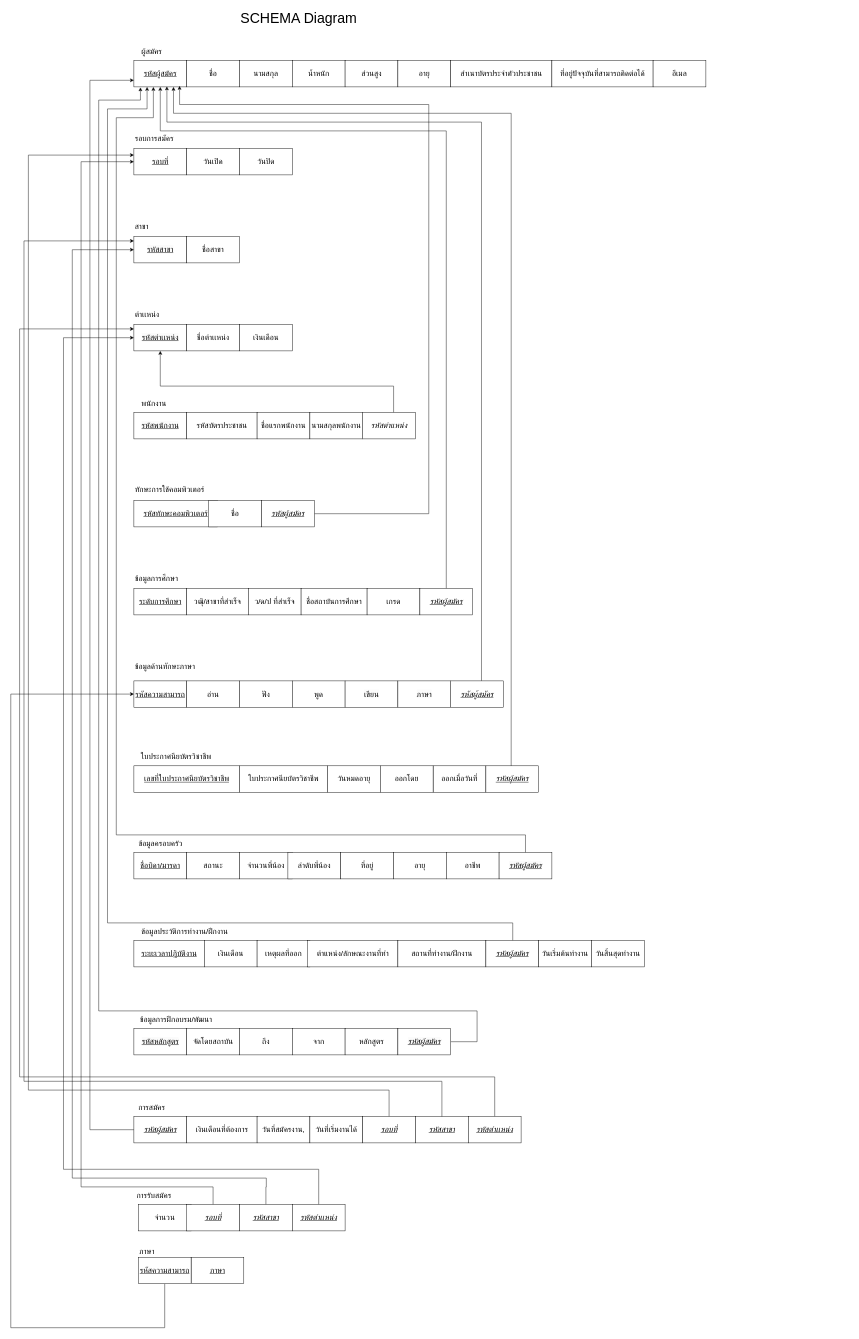
This is page "Page-6" (6 of 6) of YZ.drawio from Exises/RandomSalt, a draw.io file, before an edit. Source tidied: cells renumbered, new cells numbered last; positions are measured from the earlier drawing's top-left corner, leaving out a move shared by most shapes. Both pictures are drawn from the tidied source at 44%, with x=0, y=0 at pixel (11, 7).
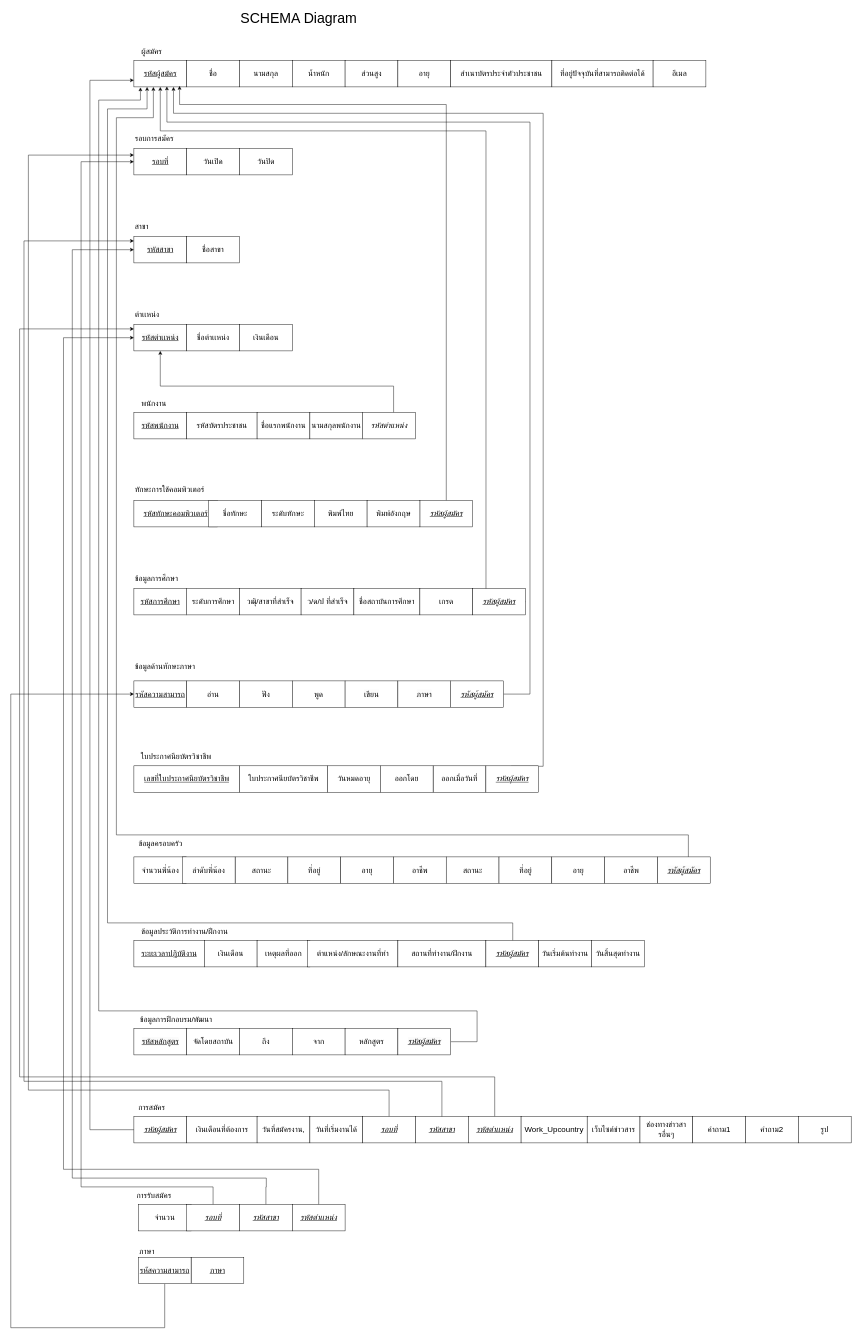
After the change.

Unchanged cells that the change refers to:
```xml
<mxCell id="5" value="&lt;u style=&quot;color: light-dark(rgb(0, 0, 0), rgb(255, 255, 255)); font-size: 18px; text-align: left; text-wrap-mode: nowrap; background-color: transparent;&quot;&gt;รหัสผู้สมัคร&lt;/u&gt;" style="rounded=0;whiteSpace=wrap;html=1;" parent="1" vertex="1">
  <mxGeometry x="279.8" y="120" width="120" height="60" as="geometry" />
</mxCell>
<mxCell id="49" value="&lt;span style=&quot;color: light-dark(rgb(0, 0, 0), rgb(255, 255, 255)); text-align: left; text-wrap-mode: nowrap; background-color: transparent; font-size: 18px;&quot;&gt;&lt;i&gt;&lt;u&gt;รหัสผู้สมัคร&lt;/u&gt;&lt;/i&gt;&lt;/span&gt;" style="rounded=0;whiteSpace=wrap;html=1;" parent="1" vertex="1">
  <mxGeometry x="999.8" y="1530" width="120" height="60" as="geometry" />
</mxCell>
<mxCell id="57" value="&lt;i style=&quot;text-align: left; text-wrap-mode: nowrap; font-size: 18px;&quot;&gt;&lt;u&gt;รหัสผู้สมัคร&lt;/u&gt;&lt;/i&gt;" style="rounded=0;whiteSpace=wrap;html=1;" parent="1" vertex="1">
  <mxGeometry x="1079.8" y="1723" width="120" height="60" as="geometry" />
</mxCell>
```

What changed in the source:
```diff
@@
-    <mxCell id="33" value="&lt;span style=&quot;font-size: 18px; text-align: left; text-wrap-mode: nowrap;&quot;&gt;ชื่อ&lt;/span&gt;" style="rounded=0;whiteSpace=wrap;html=1;" parent="1" vertex="1">
+    <mxCell id="33" value="&lt;span style=&quot;font-size: 18px;&quot;&gt;ชื่อ&lt;/span&gt;&lt;span style=&quot;color: light-dark(rgb(0, 0, 0), rgb(237, 237, 237)); font-size: 18px; text-align: left; text-wrap-mode: nowrap; background-color: transparent;&quot;&gt;ทักษะ&lt;/span&gt;" style="rounded=0;whiteSpace=wrap;html=1;" parent="1" vertex="1">
       <mxGeometry x="450" y="1120" width="120" height="60" as="geometry" />
     </mxCell>
@@
-    <mxCell id="35" value="&lt;u style=&quot;font-size: 18px; text-align: left; text-wrap-mode: nowrap;&quot;&gt;ระดับการศึกษา&lt;/u&gt;" style="rounded=0;whiteSpace=wrap;html=1;" parent="1" vertex="1">
-      <mxGeometry x="279.8" y="1320" width="120" height="60" as="geometry" />
+    <mxCell id="35" value="&lt;span style=&quot;font-size: 18px; text-align: left; text-wrap-mode: nowrap;&quot;&gt;ระดับการศึกษา&lt;/span&gt;" style="rounded=0;whiteSpace=wrap;html=1;" parent="1" vertex="1">
+      <mxGeometry x="399.8" y="1320" width="120" height="60" as="geometry" />
     </mxCell>
     <mxCell id="36" value="&lt;span style=&quot;font-size: 18px; text-align: left; text-wrap-mode: nowrap;&quot;&gt;วฒุิ/สาขาที่สำเร็จ&lt;/span&gt;" style="rounded=0;whiteSpace=wrap;html=1;" parent="1" vertex="1">
-      <mxGeometry x="399.8" y="1320" width="140" height="60" as="geometry" />
+      <mxGeometry x="519.8" y="1320" width="140" height="60" as="geometry" />
     </mxCell>
     <mxCell id="37" value="&lt;span style=&quot;font-size: 18px; text-align: left; text-wrap-mode: nowrap;&quot;&gt;ว/ด/ป ที่สำเร็จ&lt;/span&gt;" style="rounded=0;whiteSpace=wrap;html=1;" parent="1" vertex="1">
-      <mxGeometry x="539.8" y="1320" width="120" height="60" as="geometry" />
+      <mxGeometry x="659.8" y="1320" width="120" height="60" as="geometry" />
     </mxCell>
     <mxCell id="38" value="&lt;span style=&quot;font-size: 18px; text-align: left; text-wrap-mode: nowrap;&quot;&gt;ชื่อสถาบันการศึกษา&lt;/span&gt;" style="rounded=0;whiteSpace=wrap;html=1;" parent="1" vertex="1">
-      <mxGeometry x="659.8" y="1320" width="150" height="60" as="geometry" />
+      <mxGeometry x="779.8" y="1320" width="150" height="60" as="geometry" />
     </mxCell>
     <mxCell id="39" value="&lt;span style=&quot;font-size: 18px; text-align: left; text-wrap-mode: nowrap;&quot;&gt;เกรด&lt;/span&gt;" style="rounded=0;whiteSpace=wrap;html=1;" parent="1" vertex="1">
-      <mxGeometry x="809.8" y="1320" width="120" height="60" as="geometry" />
+      <mxGeometry x="929.8" y="1320" width="120" height="60" as="geometry" />
     </mxCell>
-    <mxCell id="40" style="edgeStyle=orthogonalEdgeStyle;rounded=0;jettySize=auto;html=1;exitX=0.5;exitY=0;exitDx=0;exitDy=0;entryX=0.5;entryY=1;entryDx=0;entryDy=0;" parent="1" edge="1" source="41" target="5">
+    <mxCell id="40" style="edgeStyle=orthogonalEdgeStyle;rounded=0;jettySize=auto;html=1;exitX=1;exitY=0.5;exitDx=0;exitDy=0;entryX=0.5;entryY=1;entryDx=0;entryDy=0;" parent="1" edge="1" source="41" target="5">
       <mxGeometry relative="1" as="geometry">
         <Array as="points">
-          <mxPoint x="989.8" y="280" />
-          <mxPoint x="339.8" y="280" />
+          <mxPoint x="1080" y="1350" />
+          <mxPoint x="1080" y="280" />
+          <mxPoint x="340" y="280" />
         </Array>
       </mxGeometry>
     </mxCell>
     <mxCell id="41" value="&lt;i style=&quot;font-size: 18px;&quot;&gt;&lt;u&gt;รหัสผู้สมัคร&lt;/u&gt;&lt;/i&gt;" style="rounded=0;whiteSpace=wrap;html=1;" parent="1" vertex="1">
-      <mxGeometry x="929.8" y="1320" width="120" height="60" as="geometry" />
+      <mxGeometry x="1049.8" y="1320" width="120" height="60" as="geometry" />
     </mxCell>
@@
     <mxCell id="48" style="edgeStyle=orthogonalEdgeStyle;rounded=0;jettySize=auto;html=1;entryX=0.625;entryY=0.983;entryDx=0;entryDy=0;entryPerimeter=0;" parent="1" edge="1" source="49" target="5">
       <mxGeometry relative="1" as="geometry">
         <Array as="points">
-          <mxPoint x="1069.8" y="1560" />
-          <mxPoint x="1069.8" y="260" />
-          <mxPoint x="354.8" y="260" />
+          <mxPoint x="1180" y="1560" />
+          <mxPoint x="1180" y="260" />
+          <mxPoint x="355" y="260" />
         </Array>
       </mxGeometry>
     </mxCell>
@@
     <mxCell id="56" style="edgeStyle=orthogonalEdgeStyle;rounded=0;jettySize=auto;html=1;exitX=0.479;exitY=0.018;exitDx=0;exitDy=0;exitPerimeter=0;" parent="1" edge="1" source="57">
       <mxGeometry relative="1" as="geometry">
         <mxPoint x="369.8" y="180" as="targetPoint" />
         <Array as="points">
-          <mxPoint x="1136.8" y="240" />
-          <mxPoint x="369.8" y="240" />
+          <mxPoint x="1210" y="1724" />
+          <mxPoint x="1210" y="240" />
+          <mxPoint x="370" y="240" />
         </Array>
       </mxGeometry>
     </mxCell>
@@
-    <mxCell id="59" value="&lt;u&gt;&lt;font style=&quot;font-size: 18px;&quot;&gt;ชื่อบิดา/มารดา&lt;/font&gt;&lt;/u&gt;" style="rounded=0;whiteSpace=wrap;html=1;" parent="1" vertex="1">
-      <mxGeometry x="279.8" y="1920" width="120" height="60" as="geometry" />
-    </mxCell>
     <mxCell id="60" value="&lt;span style=&quot;font-size: 18px;&quot;&gt;สถานะ&lt;/span&gt;" style="rounded=0;whiteSpace=wrap;html=1;" parent="1" vertex="1">
-      <mxGeometry x="399.8" y="1920" width="120" height="60" as="geometry" />
+      <mxGeometry x="509.8" y="1930" width="120" height="60" as="geometry" />
     </mxCell>
     <mxCell id="61" value="&lt;span style=&quot;font-size: 18px; text-align: left; text-wrap-mode: nowrap;&quot;&gt;จำนวนพี่น้อง&lt;/span&gt;" style="rounded=0;whiteSpace=wrap;html=1;" parent="1" vertex="1">
-      <mxGeometry x="519.8" y="1920" width="120" height="60" as="geometry" />
+      <mxGeometry x="279.8" y="1930" width="120" height="60" as="geometry" />
     </mxCell>
     <mxCell id="62" value="&lt;span style=&quot;font-size: 18px; text-align: left; text-wrap-mode: nowrap;&quot;&gt;ลำดับพี่น้อง&lt;/span&gt;" style="rounded=0;whiteSpace=wrap;html=1;" parent="1" vertex="1">
-      <mxGeometry x="629.8" y="1920" width="120" height="60" as="geometry" />
+      <mxGeometry x="389.8" y="1930" width="120" height="60" as="geometry" />
     </mxCell>
     <mxCell id="63" value="&lt;span style=&quot;font-size: 18px; text-align: left; text-wrap-mode: nowrap;&quot;&gt;ที่อยู่&lt;/span&gt;" style="rounded=0;whiteSpace=wrap;html=1;" parent="1" vertex="1">
-      <mxGeometry x="749.8" y="1920" width="120" height="60" as="geometry" />
+      <mxGeometry x="629.8" y="1930" width="120" height="60" as="geometry" />
     </mxCell>
     <mxCell id="64" value="&lt;span style=&quot;font-size: 18px; text-align: left; text-wrap-mode: nowrap;&quot;&gt;อายุ&lt;/span&gt;" style="rounded=0;whiteSpace=wrap;html=1;" parent="1" vertex="1">
-      <mxGeometry x="869.8" y="1920" width="120" height="60" as="geometry" />
+      <mxGeometry x="749.8" y="1930" width="120" height="60" as="geometry" />
     </mxCell>
     <mxCell id="65" value="&lt;span style=&quot;font-size: 18px; text-align: left; text-wrap-mode: nowrap;&quot;&gt;อาชีพ&lt;/span&gt;" style="rounded=0;whiteSpace=wrap;html=1;" parent="1" vertex="1">
-      <mxGeometry x="989.8" y="1920" width="120" height="60" as="geometry" />
+      <mxGeometry x="869.8" y="1930" width="120" height="60" as="geometry" />
     </mxCell>
     <mxCell id="66" style="edgeStyle=orthogonalEdgeStyle;rounded=0;jettySize=auto;html=1;entryX=0.369;entryY=1.003;entryDx=0;entryDy=0;entryPerimeter=0;" parent="1" edge="1" source="67" target="5">
       <mxGeometry relative="1" as="geometry">
         <Array as="points">
-          <mxPoint x="1169.8" y="1880" />
-          <mxPoint x="239.8" y="1880" />
-          <mxPoint x="239.8" y="250" />
-          <mxPoint x="323.8" y="250" />
+          <mxPoint x="1540" y="1880" />
+          <mxPoint x="240" y="1880" />
+          <mxPoint x="240" y="250" />
+          <mxPoint x="324" y="250" />
         </Array>
       </mxGeometry>
     </mxCell>
     <mxCell id="67" value="&lt;i style=&quot;color: rgb(0, 0, 0); text-align: left; text-wrap-mode: nowrap; background-color: rgb(251, 251, 251); font-size: 18px;&quot;&gt;&lt;u&gt;รหัสผู้สมัคร&lt;/u&gt;&lt;/i&gt;" style="rounded=0;whiteSpace=wrap;html=1;" parent="1" vertex="1">
-      <mxGeometry x="1109.8" y="1920" width="120" height="60" as="geometry" />
+      <mxGeometry x="1469.6" y="1930" width="120" height="60" as="geometry" />
     </mxCell>
@@
     <mxCell id="106" style="edgeStyle=orthogonalEdgeStyle;rounded=0;jettySize=auto;html=1;entryX=0.865;entryY=0.963;entryDx=0;entryDy=0;entryPerimeter=0;" parent="1" edge="1" source="107" target="5">
       <mxGeometry relative="1" as="geometry">
         <Array as="points">
-          <mxPoint x="950" y="1150" />
-          <mxPoint x="950" y="220" />
+          <mxPoint x="990" y="220" />
           <mxPoint x="384" y="220" />
         </Array>
       </mxGeometry>
     </mxCell>
     <mxCell id="107" value="&lt;i style=&quot;font-size: 18px;&quot;&gt;&lt;u&gt;รหัสผู้สมัคร&lt;/u&gt;&lt;/i&gt;" style="rounded=0;whiteSpace=wrap;html=1;" parent="1" vertex="1">
-      <mxGeometry x="570" y="1120" width="120" height="60" as="geometry" />
+      <mxGeometry x="929.8" y="1120" width="120" height="60" as="geometry" />
     </mxCell>
@@
+    <mxCell id="114" value="&lt;span style=&quot;color: light-dark(rgb(0, 0, 0), rgb(237, 237, 237)); background-color: transparent; font-size: 18px;&quot;&gt;ระดับ&lt;/span&gt;&lt;span style=&quot;color: light-dark(rgb(0, 0, 0), rgb(237, 237, 237)); text-align: left; text-wrap-mode: nowrap; background-color: transparent; font-size: 18px;&quot;&gt;ทักษะ&lt;/span&gt;" style="rounded=0;whiteSpace=wrap;html=1;" parent="1" vertex="1">
+      <mxGeometry x="570" y="1120" width="120" height="60" as="geometry" />
+    </mxCell>
+    <mxCell id="115" value="&lt;span style=&quot;font-size: 18px;&quot;&gt;พิมพ์ไทย&lt;/span&gt;" style="rounded=0;whiteSpace=wrap;html=1;" parent="1" vertex="1">
+      <mxGeometry x="689.8" y="1120" width="120" height="60" as="geometry" />
+    </mxCell>
+    <mxCell id="116" value="&lt;span style=&quot;font-size: 18px;&quot;&gt;พิมพ์อังกฤษ&lt;/span&gt;" style="rounded=0;whiteSpace=wrap;html=1;" parent="1" vertex="1">
+      <mxGeometry x="809.8" y="1120" width="120" height="60" as="geometry" />
+    </mxCell>
+    <mxCell id="117" value="&lt;span style=&quot;font-size: 18px;&quot;&gt;สถานะ&lt;/span&gt;" style="rounded=0;whiteSpace=wrap;html=1;" parent="1" vertex="1">
+      <mxGeometry x="989.6" y="1930" width="120" height="60" as="geometry" />
+    </mxCell>
+    <mxCell id="118" value="&lt;span style=&quot;font-size: 18px; text-align: left; text-wrap-mode: nowrap;&quot;&gt;ที่อยู่&lt;/span&gt;" style="rounded=0;whiteSpace=wrap;html=1;" parent="1" vertex="1">
+      <mxGeometry x="1109.6" y="1930" width="120" height="60" as="geometry" />
+    </mxCell>
+    <mxCell id="119" value="&lt;span style=&quot;font-size: 18px; text-align: left; text-wrap-mode: nowrap;&quot;&gt;อายุ&lt;/span&gt;" style="rounded=0;whiteSpace=wrap;html=1;" parent="1" vertex="1">
+      <mxGeometry x="1229.6" y="1930" width="120" height="60" as="geometry" />
+    </mxCell>
+    <mxCell id="120" value="&lt;span style=&quot;font-size: 18px; text-align: left; text-wrap-mode: nowrap;&quot;&gt;อาชีพ&lt;/span&gt;" style="rounded=0;whiteSpace=wrap;html=1;" parent="1" vertex="1">
+      <mxGeometry x="1349.6" y="1930" width="120" height="60" as="geometry" />
+    </mxCell>
+    <mxCell id="121" value="&lt;u style=&quot;color: light-dark(rgb(0, 0, 0), rgb(237, 237, 237)); text-align: left; text-wrap-mode: nowrap; background-color: transparent; font-size: 18px;&quot;&gt;รหัสการศึกษา&lt;/u&gt;" style="rounded=0;whiteSpace=wrap;html=1;" parent="1" vertex="1">
+      <mxGeometry x="279.8" y="1320" width="120" height="60" as="geometry" />
+    </mxCell>
+    <mxCell id="122" value="&lt;font style=&quot;font-size: 18px;&quot;&gt;Work_Upcountry&lt;/font&gt;" style="rounded=0;whiteSpace=wrap;html=1;" parent="1" vertex="1">
+      <mxGeometry x="1159.8" y="2520" width="150.2" height="60" as="geometry" />
+    </mxCell>
+    <mxCell id="123" value="&lt;font style=&quot;text-align: left; text-wrap-mode: nowrap; font-size: 18px;&quot;&gt;&lt;span style=&quot;text-align: center; text-wrap-mode: wrap; color: light-dark(rgb(0, 0, 0), rgb(237, 237, 237)); background-color: transparent;&quot;&gt;เว็บไซต์ข่าว&lt;/span&gt;&lt;/font&gt;&lt;span style=&quot;color: light-dark(rgb(0, 0, 0), rgb(237, 237, 237)); background-color: transparent; font-size: 18px;&quot;&gt;สาร&lt;/span&gt;" style="rounded=0;whiteSpace=wrap;html=1;" parent="1" vertex="1">
+      <mxGeometry x="1310" y="2520" width="120" height="60" as="geometry" />
+    </mxCell>
+    <mxCell id="124" value="&lt;span style=&quot;color: light-dark(rgb(0, 0, 0), rgb(237, 237, 237)); background-color: transparent; font-size: 18px;&quot;&gt;ช่องทางข่าว&lt;/span&gt;&lt;span style=&quot;color: light-dark(rgb(0, 0, 0), rgb(237, 237, 237)); background-color: transparent; font-size: 18px;&quot;&gt;สารอื่นๆ&lt;/span&gt;" style="rounded=0;whiteSpace=wrap;html=1;" parent="1" vertex="1">
+      <mxGeometry x="1430" y="2520" width="120" height="60" as="geometry" />
+    </mxCell>
+    <mxCell id="125" value="&lt;span style=&quot;font-size: 18px;&quot;&gt;คำถาม1&lt;/span&gt;" style="rounded=0;whiteSpace=wrap;html=1;" parent="1" vertex="1">
+      <mxGeometry x="1550" y="2520" width="120" height="60" as="geometry" />
+    </mxCell>
+    <mxCell id="126" value="&lt;span style=&quot;font-size: 18px;&quot;&gt;คำถาม2&lt;/span&gt;" style="rounded=0;whiteSpace=wrap;html=1;" parent="1" vertex="1">
+      <mxGeometry x="1670" y="2520" width="120" height="60" as="geometry" />
+    </mxCell>
+    <mxCell id="127" value="&lt;span style=&quot;font-size: 18px;&quot;&gt;รูป&lt;/span&gt;" style="rounded=0;whiteSpace=wrap;html=1;" parent="1" vertex="1">
+      <mxGeometry x="1790" y="2520" width="120" height="60" as="geometry" />
+    </mxCell>
```
